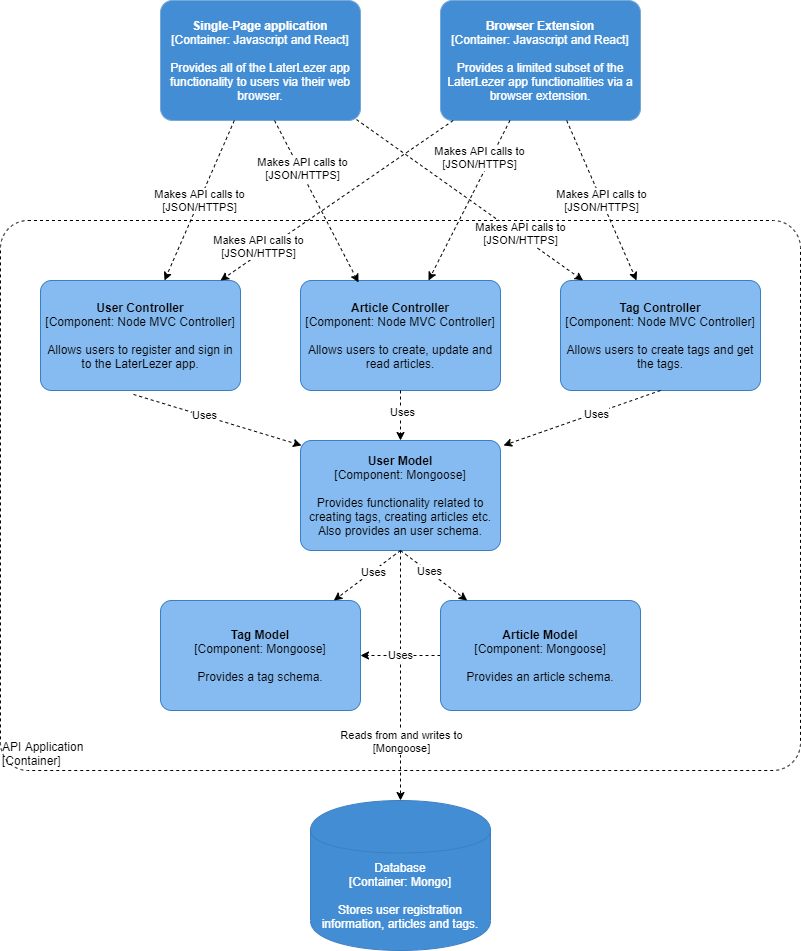
Before: documents/c4model-components-diagram-server.png, a diagram exported from draw.io (Patrickroelofs/HANICA-DWA-Laterlezer). Source tidied: cells renumbered, new cells last; positions are measured from the earlier drawing's top-left corner, leaving out a move shared by most shapes.
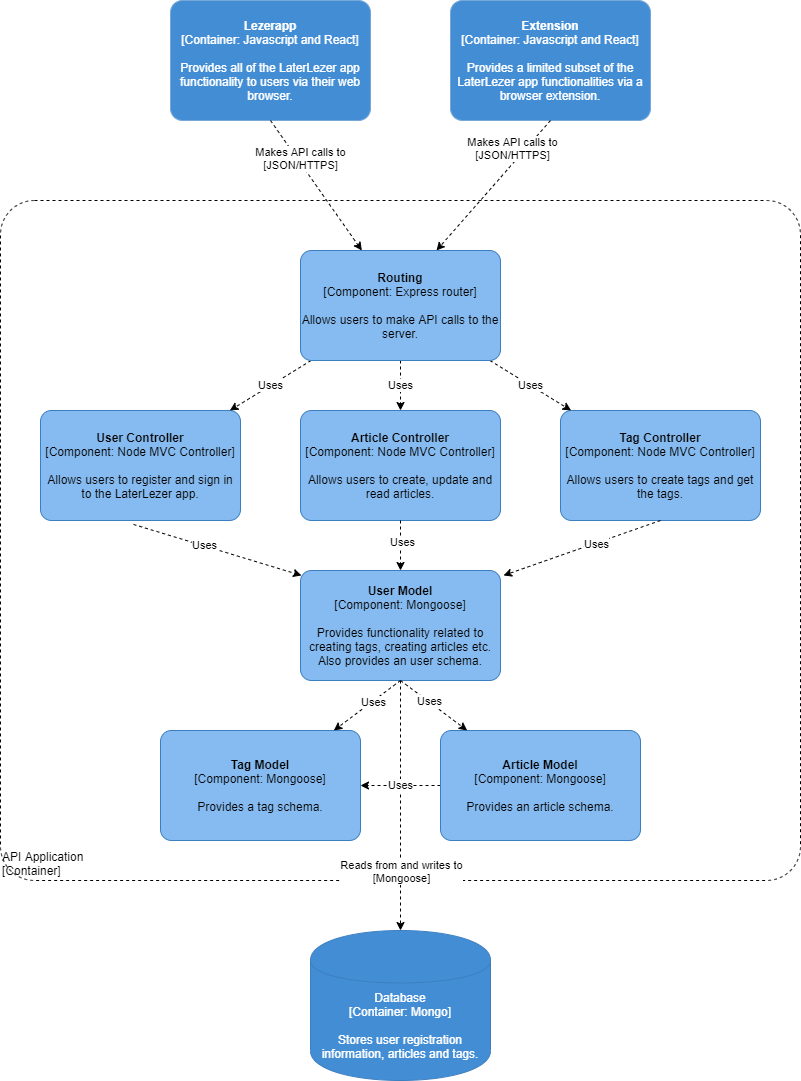
Later version of the same file.

The edit, as a diff of the source:
```diff
@@ -4,17 +4,17 @@
     <mxCell id="1" parent="0" />
     <object id="2" label="&lt;div style=&quot;text-align: left&quot;&gt;%c4Name%&lt;/div&gt;&lt;div style=&quot;text-align: left&quot;&gt;[%c4Application%]&lt;/div&gt;" c4Application="Container" c4Name="API Application" c4Type="ExecutionEnvironment" placeholders="1">
       <mxCell style="rounded=1;whiteSpace=wrap;html=1;labelBackgroundColor=none;fontColor=#000000;align=left;arcSize=5;strokeColor=#000000;verticalAlign=bottom;metaData={&quot;c4Type&quot;:{&quot;editable&quot;:false}};dashed=1;fillColor=none;" parent="1" vertex="1">
-        <mxGeometry y="220" width="800" height="550" as="geometry" />
+        <mxGeometry y="70" width="800" height="680" as="geometry" />
       </mxCell>
     </object>
-    <object id="3" label="&lt;b&gt;%c4Name%&lt;/b&gt;&lt;div&gt;[%c4Type%: %c4Technology%]&lt;/div&gt;&lt;br&gt;&lt;div&gt;%c4Description%&lt;/div&gt;" c4Description="Provides all of the LaterLezer app functionality to users via their web browser." c4Name="Single-Page application" c4Technology="Javascript and React" c4Type="Container" placeholders="1">
+    <object id="3" label="&lt;b&gt;%c4Name%&lt;/b&gt;&lt;div&gt;[%c4Type%: %c4Technology%]&lt;/div&gt;&lt;br&gt;&lt;div&gt;%c4Description%&lt;/div&gt;" c4Description="Provides all of the LaterLezer app functionality to users via their web browser." c4Name="Lezerapp" c4Technology="Javascript and React" c4Type="Container" placeholders="1">
       <mxCell style="rounded=1;whiteSpace=wrap;html=1;labelBackgroundColor=none;fontColor=#ffffff;align=center;arcSize=10;strokeColor=#78A8D8;metaData={&quot;c4Type&quot;:{&quot;editable&quot;:false}};points=[[0.25,0,0],[0.5,0,0],[0.75,0,0],[1,0.25,0],[1,0.5,0],[1,0.75,0],[0.75,1,0],[0.5,1,0],[0.25,1,0],[0,0.75,0],[0,0.5,0],[0,0.25,0]];fillColor=#438DD5;" parent="1" vertex="1">
-        <mxGeometry x="160" width="200" height="120" as="geometry" />
+        <mxGeometry x="170" y="-130" width="200" height="120" as="geometry" />
       </mxCell>
     </object>
-    <object id="4" label="&lt;b&gt;%c4Name%&lt;/b&gt;&lt;div&gt;[%c4Type%: %c4Technology%]&lt;/div&gt;&lt;br&gt;&lt;div&gt;%c4Description%&lt;/div&gt;" c4Description="Provides a limited subset of the LaterLezer app functionalities via a browser extension." c4Name="Browser Extension" c4Technology="Javascript and React" c4Type="Container" placeholders="1">
+    <object id="4" label="&lt;b&gt;%c4Name%&lt;/b&gt;&lt;div&gt;[%c4Type%: %c4Technology%]&lt;/div&gt;&lt;br&gt;&lt;div&gt;%c4Description%&lt;/div&gt;" c4Description="Provides a limited subset of the LaterLezer app functionalities via a browser extension." c4Name="Extension" c4Technology="Javascript and React" c4Type="Container" placeholders="1">
       <mxCell style="rounded=1;whiteSpace=wrap;html=1;labelBackgroundColor=none;fontColor=#ffffff;align=center;arcSize=10;strokeColor=#78A8D8;metaData={&quot;c4Type&quot;:{&quot;editable&quot;:false}};points=[[0.25,0,0],[0.5,0,0],[0.75,0,0],[1,0.25,0],[1,0.5,0],[1,0.75,0],[0.75,1,0],[0.5,1,0],[0.25,1,0],[0,0.75,0],[0,0.5,0],[0,0.25,0]];fillColor=#438DD5;" parent="1" vertex="1">
-        <mxGeometry x="440" width="200" height="120" as="geometry" />
+        <mxGeometry x="450" y="-130" width="200" height="120" as="geometry" />
       </mxCell>
     </object>
     <mxCell id="5" style="edgeStyle=none;rounded=0;jettySize=auto;html=1;dashed=1;strokeColor=#000000;exitX=0.5;exitY=1;exitDx=0;exitDy=0;exitPerimeter=0;" parent="1" edge="1" source="17" target="8">
@@ -45,24 +45,12 @@
         <mxGeometry x="560" y="280" width="200" height="110" as="geometry" />
       </mxCell>
     </object>
-    <mxCell id="11" value="&lt;span style=&quot;color: rgb(0 , 0 , 0) ; font-family: &amp;#34;helvetica&amp;#34; ; font-size: 11px ; font-style: normal ; font-weight: 400 ; letter-spacing: normal ; text-align: center ; text-indent: 0px ; text-transform: none ; word-spacing: 0px ; background-color: rgb(255 , 255 , 255) ; display: inline ; float: none&quot;&gt;Makes API calls to&lt;/span&gt;&lt;br style=&quot;color: rgb(0 , 0 , 0) ; font-family: &amp;#34;helvetica&amp;#34; ; font-size: 11px ; font-style: normal ; font-weight: 400 ; letter-spacing: normal ; text-align: center ; text-indent: 0px ; text-transform: none ; word-spacing: 0px&quot;&gt;&lt;span style=&quot;color: rgb(0 , 0 , 0) ; font-family: &amp;#34;helvetica&amp;#34; ; font-size: 11px ; font-style: normal ; font-weight: 400 ; letter-spacing: normal ; text-align: center ; text-indent: 0px ; text-transform: none ; word-spacing: 0px ; background-color: rgb(255 , 255 , 255) ; display: inline ; float: none&quot;&gt;[JSON/HTTPS]&lt;/span&gt;" style="edgeStyle=none;rounded=0;jettySize=auto;html=1;strokeColor=#000000;dashed=1;exitX=0.57;exitY=1;exitDx=0;exitDy=0;exitPerimeter=0;entryX=0.29;entryY=0.018;entryDx=0;entryDy=0;entryPerimeter=0;" parent="1" edge="1" source="3" target="9">
+    <mxCell id="11" value="&lt;span style=&quot;color: rgb(0 , 0 , 0) ; font-family: &amp;#34;helvetica&amp;#34; ; font-size: 11px ; font-style: normal ; font-weight: 400 ; letter-spacing: normal ; text-align: center ; text-indent: 0px ; text-transform: none ; word-spacing: 0px ; background-color: rgb(255 , 255 , 255) ; display: inline ; float: none&quot;&gt;Makes API calls to&lt;/span&gt;&lt;br style=&quot;color: rgb(0 , 0 , 0) ; font-family: &amp;#34;helvetica&amp;#34; ; font-size: 11px ; font-style: normal ; font-weight: 400 ; letter-spacing: normal ; text-align: center ; text-indent: 0px ; text-transform: none ; word-spacing: 0px&quot;&gt;&lt;span style=&quot;color: rgb(0 , 0 , 0) ; font-family: &amp;#34;helvetica&amp;#34; ; font-size: 11px ; font-style: normal ; font-weight: 400 ; letter-spacing: normal ; text-align: center ; text-indent: 0px ; text-transform: none ; word-spacing: 0px ; background-color: rgb(255 , 255 , 255) ; display: inline ; float: none&quot;&gt;[JSON/HTTPS]&lt;/span&gt;" style="edgeStyle=none;rounded=0;jettySize=auto;html=1;strokeColor=#000000;dashed=1;exitX=0.5;exitY=1;exitDx=0;exitDy=0;exitPerimeter=0;" parent="1" edge="1" source="3" target="34">
       <mxGeometry x="-0.39" y="3" relative="1" as="geometry" />
     </mxCell>
-    <mxCell id="12" value="&lt;span style=&quot;color: rgb(0 , 0 , 0) ; font-family: &amp;#34;helvetica&amp;#34; ; font-size: 11px ; font-style: normal ; font-weight: 400 ; letter-spacing: normal ; text-align: center ; text-indent: 0px ; text-transform: none ; word-spacing: 0px ; background-color: rgb(255 , 255 , 255) ; display: inline ; float: none&quot;&gt;Makes API calls to&lt;/span&gt;&lt;br style=&quot;color: rgb(0 , 0 , 0) ; font-family: &amp;#34;helvetica&amp;#34; ; font-size: 11px ; font-style: normal ; font-weight: 400 ; letter-spacing: normal ; text-align: center ; text-indent: 0px ; text-transform: none ; word-spacing: 0px&quot;&gt;&lt;span style=&quot;color: rgb(0 , 0 , 0) ; font-family: &amp;#34;helvetica&amp;#34; ; font-size: 11px ; font-style: normal ; font-weight: 400 ; letter-spacing: normal ; text-align: center ; text-indent: 0px ; text-transform: none ; word-spacing: 0px ; background-color: rgb(255 , 255 , 255) ; display: inline ; float: none&quot;&gt;[JSON/HTTPS]&lt;/span&gt;" style="edgeStyle=none;rounded=0;jettySize=auto;html=1;strokeColor=#000000;dashed=1;" parent="1" edge="1" source="3" target="7">
-      <mxGeometry relative="1" as="geometry" />
-    </mxCell>
-    <mxCell id="13" value="&lt;span style=&quot;color: rgb(0 , 0 , 0) ; font-family: &amp;#34;helvetica&amp;#34; ; font-size: 11px ; font-style: normal ; font-weight: 400 ; letter-spacing: normal ; text-align: center ; text-indent: 0px ; text-transform: none ; word-spacing: 0px ; background-color: rgb(255 , 255 , 255) ; display: inline ; float: none&quot;&gt;Makes API calls to&lt;/span&gt;&lt;br style=&quot;color: rgb(0 , 0 , 0) ; font-family: &amp;#34;helvetica&amp;#34; ; font-size: 11px ; font-style: normal ; font-weight: 400 ; letter-spacing: normal ; text-align: center ; text-indent: 0px ; text-transform: none ; word-spacing: 0px&quot;&gt;&lt;span style=&quot;color: rgb(0 , 0 , 0) ; font-family: &amp;#34;helvetica&amp;#34; ; font-size: 11px ; font-style: normal ; font-weight: 400 ; letter-spacing: normal ; text-align: center ; text-indent: 0px ; text-transform: none ; word-spacing: 0px ; background-color: rgb(255 , 255 , 255) ; display: inline ; float: none&quot;&gt;[JSON/HTTPS]&lt;/span&gt;" style="edgeStyle=none;rounded=0;jettySize=auto;html=1;strokeColor=#000000;dashed=1;exitX=0.98;exitY=0.992;exitDx=0;exitDy=0;exitPerimeter=0;" parent="1" edge="1" source="3" target="10">
-      <mxGeometry x="0.44" y="2" relative="1" as="geometry" />
-    </mxCell>
-    <mxCell id="14" value="&lt;span style=&quot;color: rgb(0 , 0 , 0) ; font-family: &amp;#34;helvetica&amp;#34; ; font-size: 11px ; font-style: normal ; font-weight: 400 ; letter-spacing: normal ; text-align: center ; text-indent: 0px ; text-transform: none ; word-spacing: 0px ; background-color: rgb(255 , 255 , 255) ; display: inline ; float: none&quot;&gt;Makes API calls to&lt;/span&gt;&lt;br style=&quot;color: rgb(0 , 0 , 0) ; font-family: &amp;#34;helvetica&amp;#34; ; font-size: 11px ; font-style: normal ; font-weight: 400 ; letter-spacing: normal ; text-align: center ; text-indent: 0px ; text-transform: none ; word-spacing: 0px&quot;&gt;&lt;span style=&quot;color: rgb(0 , 0 , 0) ; font-family: &amp;#34;helvetica&amp;#34; ; font-size: 11px ; font-style: normal ; font-weight: 400 ; letter-spacing: normal ; text-align: center ; text-indent: 0px ; text-transform: none ; word-spacing: 0px ; background-color: rgb(255 , 255 , 255) ; display: inline ; float: none&quot;&gt;[JSON/HTTPS]&lt;/span&gt;" style="edgeStyle=none;rounded=0;jettySize=auto;html=1;strokeColor=#000000;dashed=1;" parent="1" edge="1" source="4" target="10">
-      <mxGeometry relative="1" as="geometry" />
-    </mxCell>
-    <mxCell id="15" value="&lt;span style=&quot;color: rgb(0 , 0 , 0) ; font-family: &amp;#34;helvetica&amp;#34; ; font-size: 11px ; font-style: normal ; font-weight: 400 ; letter-spacing: normal ; text-align: center ; text-indent: 0px ; text-transform: none ; word-spacing: 0px ; background-color: rgb(255 , 255 , 255) ; display: inline ; float: none&quot;&gt;Makes API calls to&lt;/span&gt;&lt;br style=&quot;color: rgb(0 , 0 , 0) ; font-family: &amp;#34;helvetica&amp;#34; ; font-size: 11px ; font-style: normal ; font-weight: 400 ; letter-spacing: normal ; text-align: center ; text-indent: 0px ; text-transform: none ; word-spacing: 0px&quot;&gt;&lt;span style=&quot;color: rgb(0 , 0 , 0) ; font-family: &amp;#34;helvetica&amp;#34; ; font-size: 11px ; font-style: normal ; font-weight: 400 ; letter-spacing: normal ; text-align: center ; text-indent: 0px ; text-transform: none ; word-spacing: 0px ; background-color: rgb(255 , 255 , 255) ; display: inline ; float: none&quot;&gt;[JSON/HTTPS]&lt;/span&gt;" style="edgeStyle=none;rounded=0;jettySize=auto;html=1;strokeColor=#000000;dashed=1;" parent="1" edge="1" source="4" target="9">
+    <mxCell id="15" value="&lt;span style=&quot;color: rgb(0 , 0 , 0) ; font-family: &amp;#34;helvetica&amp;#34; ; font-size: 11px ; font-style: normal ; font-weight: 400 ; letter-spacing: normal ; text-align: center ; text-indent: 0px ; text-transform: none ; word-spacing: 0px ; background-color: rgb(255 , 255 , 255) ; display: inline ; float: none&quot;&gt;Makes API calls to&lt;/span&gt;&lt;br style=&quot;color: rgb(0 , 0 , 0) ; font-family: &amp;#34;helvetica&amp;#34; ; font-size: 11px ; font-style: normal ; font-weight: 400 ; letter-spacing: normal ; text-align: center ; text-indent: 0px ; text-transform: none ; word-spacing: 0px&quot;&gt;&lt;span style=&quot;color: rgb(0 , 0 , 0) ; font-family: &amp;#34;helvetica&amp;#34; ; font-size: 11px ; font-style: normal ; font-weight: 400 ; letter-spacing: normal ; text-align: center ; text-indent: 0px ; text-transform: none ; word-spacing: 0px ; background-color: rgb(255 , 255 , 255) ; display: inline ; float: none&quot;&gt;[JSON/HTTPS]&lt;/span&gt;" style="edgeStyle=none;rounded=0;jettySize=auto;html=1;strokeColor=#000000;dashed=1;entryX=0.68;entryY=0;entryDx=0;entryDy=0;entryPerimeter=0;exitX=0.5;exitY=1;exitDx=0;exitDy=0;exitPerimeter=0;" parent="1" edge="1" source="4" target="34">
       <mxGeometry x="-0.47" y="-10" relative="1" as="geometry" />
     </mxCell>
-    <mxCell id="16" value="&lt;span style=&quot;color: rgb(0 , 0 , 0) ; font-family: &amp;#34;helvetica&amp;#34; ; font-size: 11px ; font-style: normal ; font-weight: 400 ; letter-spacing: normal ; text-align: center ; text-indent: 0px ; text-transform: none ; word-spacing: 0px ; background-color: rgb(255 , 255 , 255) ; display: inline ; float: none&quot;&gt;Makes API calls to&lt;/span&gt;&lt;br style=&quot;color: rgb(0 , 0 , 0) ; font-family: &amp;#34;helvetica&amp;#34; ; font-size: 11px ; font-style: normal ; font-weight: 400 ; letter-spacing: normal ; text-align: center ; text-indent: 0px ; text-transform: none ; word-spacing: 0px&quot;&gt;&lt;span style=&quot;color: rgb(0 , 0 , 0) ; font-family: &amp;#34;helvetica&amp;#34; ; font-size: 11px ; font-style: normal ; font-weight: 400 ; letter-spacing: normal ; text-align: center ; text-indent: 0px ; text-transform: none ; word-spacing: 0px ; background-color: rgb(255 , 255 , 255) ; display: inline ; float: none&quot;&gt;[JSON/HTTPS]&lt;/span&gt;" style="edgeStyle=none;rounded=0;jettySize=auto;html=1;strokeColor=#000000;dashed=1;" parent="1" edge="1" source="4" target="7">
-      <mxGeometry x="0.65" y="-6" relative="1" as="geometry" />
-    </mxCell>
     <object id="17" label="&lt;b&gt;%c4Name%&lt;/b&gt;&lt;div&gt;[%c4Type%: %c4Technology%]&lt;/div&gt;&lt;br&gt;&lt;div&gt;%c4Description%&lt;/div&gt;" c4Description="Provides functionality related to creating tags, creating articles etc. Also provides an user schema." c4Name="User Model" c4Technology="Mongoose" c4Type="Component" placeholders="1">
       <mxCell style="rounded=1;whiteSpace=wrap;html=1;labelBackgroundColor=none;align=center;arcSize=10;strokeColor=#3C7FC0;metaData={&quot;c4Type&quot;:{&quot;editable&quot;:false}};points=[[0.25,0,0],[0.5,0,0],[0.75,0,0],[1,0.25,0],[1,0.5,0],[1,0.75,0],[0.75,1,0],[0.5,1,0],[0.25,1,0],[0,0.75,0],[0,0.5,0],[0,0.25,0]];fillColor=#85BBF0;" parent="1" vertex="1">
         <mxGeometry x="300" y="440" width="200" height="110" as="geometry" />
@@ -111,5 +99,19 @@
     <mxCell id="30" value="Uses" style="edgeLabel;html=1;align=center;verticalAlign=middle;" parent="29" vertex="1">
       <mxGeometry x="-0.17" y="1" relative="1" as="geometry" />
     </mxCell>
+    <mxCell id="31" value="Uses" style="edgeStyle=orthogonalEdgeStyle;rounded=0;jettySize=auto;html=1;dashed=1;" parent="1" edge="1" source="34" target="9">
+      <mxGeometry relative="1" as="geometry" />
+    </mxCell>
+    <mxCell id="32" value="Uses" style="rounded=0;jettySize=auto;html=1;dashed=1;" parent="1" edge="1" source="34" target="10">
+      <mxGeometry relative="1" as="geometry" />
+    </mxCell>
+    <mxCell id="33" value="Uses" style="rounded=0;jettySize=auto;html=1;dashed=1;" parent="1" edge="1" source="34" target="7">
+      <mxGeometry relative="1" as="geometry" />
+    </mxCell>
+    <object id="34" label="&lt;b&gt;%c4Name%&lt;/b&gt;&lt;div&gt;[%c4Type%: %c4Technology%]&lt;/div&gt;&lt;br&gt;&lt;div&gt;%c4Description%&lt;/div&gt;" c4Description="Allows users to make API calls to the server." c4Name="Routing" c4Technology="Express router" c4Type="Component" placeholders="1">
+      <mxCell style="rounded=1;whiteSpace=wrap;html=1;labelBackgroundColor=none;align=center;arcSize=10;strokeColor=#3C7FC0;metaData={&quot;c4Type&quot;:{&quot;editable&quot;:false}};points=[[0.25,0,0],[0.5,0,0],[0.75,0,0],[1,0.25,0],[1,0.5,0],[1,0.75,0],[0.75,1,0],[0.5,1,0],[0.25,1,0],[0,0.75,0],[0,0.5,0],[0,0.25,0]];fillColor=#85BBF0;" parent="1" vertex="1">
+        <mxGeometry x="300" y="120" width="200" height="110" as="geometry" />
+      </mxCell>
+    </object>
   </root>
 </mxGraphModel>
```
